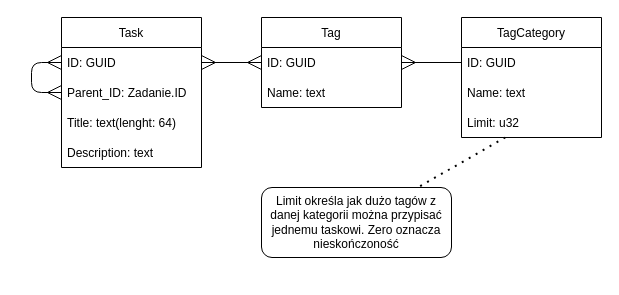
Earlier version of the draw.io diagram Dokumentacja/Wstępny schemat bazy danych.drawio (ProgramistycznySwir/WPF-Projekt). Source tidied: cells renumbered, new cells numbered last; positions are measured from the earlier drawing's top-left corner, leaving out a move shared by most shapes. Both pictures are drawn from the tidied source at 100%, with x=0, y=0 at pixel (31, 17).
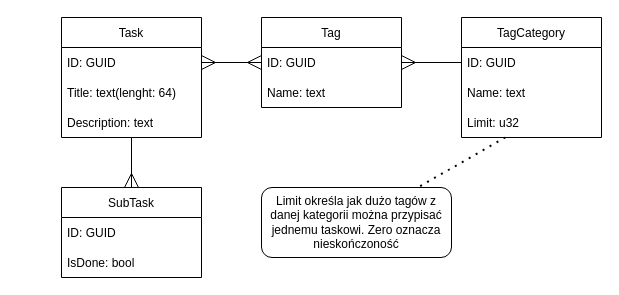
Above is the later version.

The change refers to these unchanged cells:
```xml
<mxCell id="3" value="ID: GUID" style="text;strokeColor=none;fillColor=none;align=left;verticalAlign=middle;spacingLeft=4;spacingRight=4;overflow=hidden;points=[[0,0.5],[1,0.5]];portConstraint=eastwest;" parent="2" vertex="1">
  <mxGeometry y="30" width="140" height="30" as="geometry" />
</mxCell>
```

What changed in the source:
```diff
@@
     <mxCell id="2" value="Task" style="swimlane;fontStyle=0;horizontal=1;startSize=30;" parent="1" vertex="1">
-      <mxGeometry x="30" width="140" height="150" as="geometry" />
+      <mxGeometry x="30" width="140" height="120" as="geometry" />
     </mxCell>
@@
-    <mxCell id="4" value="Parent_ID: Zadanie.ID" style="text;strokeColor=none;fillColor=none;align=left;verticalAlign=middle;spacingLeft=4;spacingRight=4;overflow=hidden;points=[[0,0.5],[1,0.5]];portConstraint=eastwest;" parent="2" vertex="1">
-      <mxGeometry y="60" width="140" height="30" as="geometry" />
-    </mxCell>
     <mxCell id="5" value="Title: text(lenght: 64)" style="text;strokeColor=none;fillColor=none;align=left;verticalAlign=middle;spacingLeft=4;spacingRight=4;overflow=hidden;" parent="2" vertex="1">
-      <mxGeometry y="90" width="140" height="30" as="geometry" />
+      <mxGeometry y="60" width="140" height="30" as="geometry" />
     </mxCell>
     <mxCell id="6" value="Description: text" style="text;strokeColor=none;fillColor=none;align=left;verticalAlign=middle;spacingLeft=4;spacingRight=4;overflow=hidden;" parent="2" vertex="1">
-      <mxGeometry y="120" width="140" height="30" as="geometry" />
+      <mxGeometry y="90" width="140" height="30" as="geometry" />
     </mxCell>
-    <mxCell id="7" style="endArrow=ERmany;html=1;edgeStyle=orthogonalEdgeStyle;startArrow=ERmany;startFill=0;endFill=0;endSize=12;startSize=12;" parent="2" edge="1" source="4" target="3">
-      <mxGeometry relative="1" as="geometry">
-        <Array as="points">
-          <mxPoint x="-30" y="75" />
-          <mxPoint x="-30" y="45" />
-        </Array>
-      </mxGeometry>
-    </mxCell>
@@
+    <mxCell id="19" value="SubTask" style="swimlane;fontStyle=0;horizontal=1;startSize=30;" parent="1" vertex="1">
+      <mxGeometry x="30" y="170" width="140" height="90" as="geometry" />
+    </mxCell>
+    <mxCell id="20" value="ID: GUID" style="text;strokeColor=none;fillColor=none;align=left;verticalAlign=middle;spacingLeft=4;spacingRight=4;overflow=hidden;" parent="19" vertex="1">
+      <mxGeometry y="30" width="140" height="30" as="geometry" />
+    </mxCell>
+    <mxCell id="21" value="IsDone: bool" style="text;strokeColor=none;fillColor=none;align=left;verticalAlign=middle;spacingLeft=4;spacingRight=4;overflow=hidden;" parent="19" vertex="1">
+      <mxGeometry y="60" width="140" height="30" as="geometry" />
+    </mxCell>
+    <mxCell id="22" style="endArrow=ERmany;html=1;edgeStyle=orthogonalEdgeStyle;startArrow=none;startFill=0;endFill=0;endSize=12;startSize=12;" parent="1" edge="1" source="2" target="19">
+      <mxGeometry relative="1" as="geometry" />
+    </mxCell>
```
